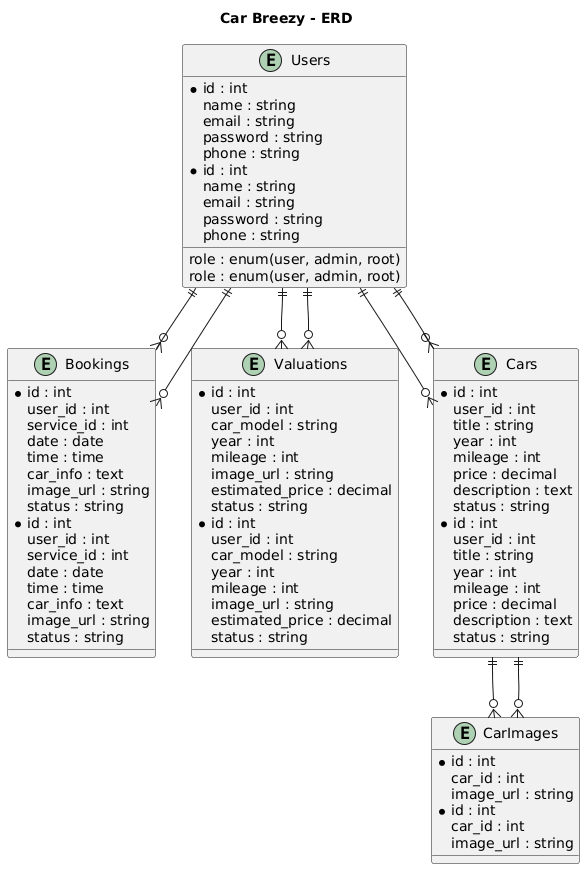
This is ProjectDiagrams/ver2/ERD/diagram.png from huaducdat/CarBreezy_Project-AptechSemester1-, a PlantUML export, as it was before one commit. Source of this version:
```plantuml
@startuml
title Car Breezy - ERD

entity Users {
  *id : int
  name : string
  email : string
  password : string
  phone : string
  role : enum(user, admin, root)
}

entity Bookings {
  *id : int
  user_id : int
  service_id : int
  date : date
  time : time
  car_info : text
  image_url : string
  status : string
}

entity Valuations {
  *id : int
  user_id : int
  car_model : string
  year : int
  mileage : int
  image_url : string
  estimated_price : decimal
  status : string
}

entity Cars {
  *id : int
  user_id : int
  title : string
  year : int
  mileage : int
  price : decimal
  description : text
  status : string
}

entity CarImages {
  *id : int
  car_id : int
  image_url : string
}

Users ||--o{ Bookings
Users ||--o{ Valuations
Users ||--o{ Cars
Cars ||--o{ CarImages



title Car Breezy - ERD

entity Users {
  *id : int
  name : string
  email : string
  password : string
  phone : string
  role : enum(user, admin, root)
}

entity Bookings {
  *id : int
  user_id : int
  service_id : int
  date : date
  time : time
  car_info : text
  image_url : string
  status : string
}

entity Valuations {
  *id : int
  user_id : int
  car_model : string
  year : int
  mileage : int
  image_url : string
  estimated_price : decimal
  status : string
}

entity Cars {
  *id : int
  user_id : int
  title : string
  year : int
  mileage : int
  price : decimal
  description : text
  status : string
}

entity CarImages {
  *id : int
  car_id : int
  image_url : string
}

Users ||--o{ Bookings
Users ||--o{ Valuations
Users ||--o{ Cars
Cars ||--o{ CarImages
@enduml
```
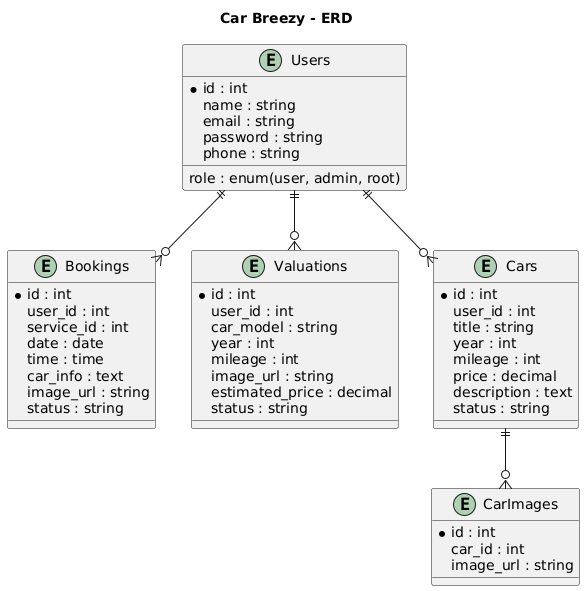
Above is the later version.

The edit, as a diff of the source:
```diff
@@ -53,61 +53,4 @@
 Users ||--o{ Valuations
 Users ||--o{ Cars
 Cars ||--o{ CarImages
-
-
-
-title Car Breezy - ERD
-
-entity Users {
-  *id : int
-  name : string
-  email : string
-  password : string
-  phone : string
-  role : enum(user, admin, root)
-}
-
-entity Bookings {
-  *id : int
-  user_id : int
-  service_id : int
-  date : date
-  time : time
-  car_info : text
-  image_url : string
-  status : string
-}
-
-entity Valuations {
-  *id : int
-  user_id : int
-  car_model : string
-  year : int
-  mileage : int
-  image_url : string
-  estimated_price : decimal
-  status : string
-}
-
-entity Cars {
-  *id : int
-  user_id : int
-  title : string
-  year : int
-  mileage : int
-  price : decimal
-  description : text
-  status : string
-}
-
-entity CarImages {
-  *id : int
-  car_id : int
-  image_url : string
-}
-
-Users ||--o{ Bookings
-Users ||--o{ Valuations
-Users ||--o{ Cars
-Cars ||--o{ CarImages
 @enduml
```
